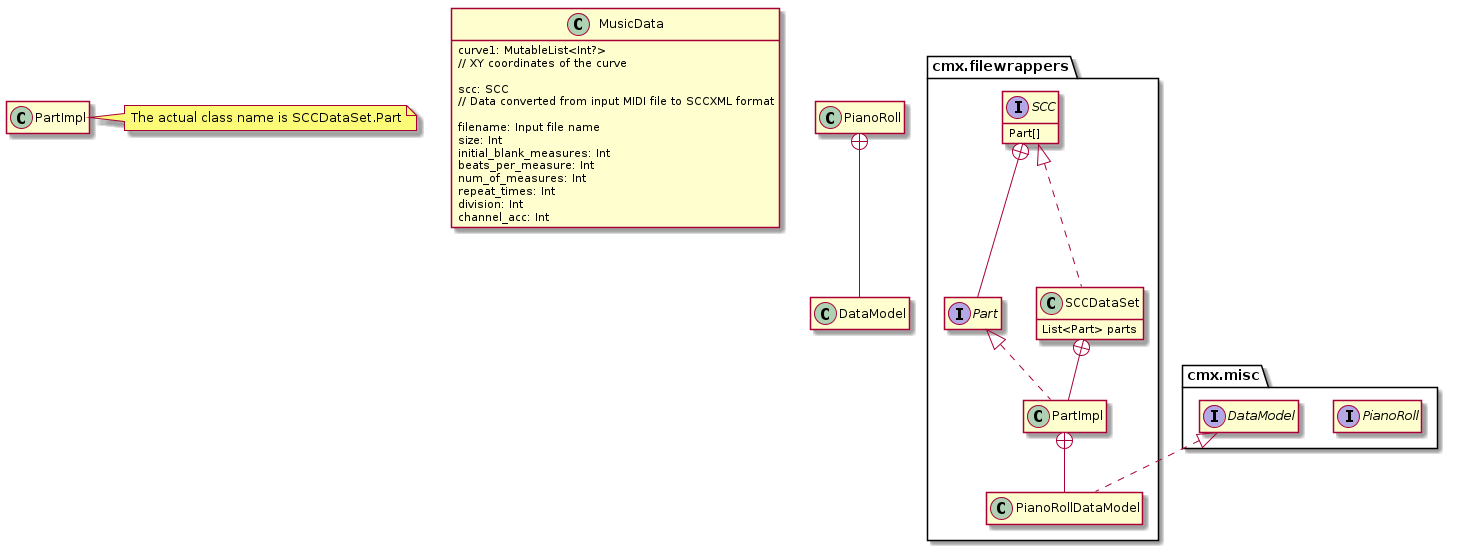
This is diagrams/JamSketch-Class-MusicData.png from kitaharalab/JamSketch, a PlantUML export, as it was before one commit. The source it was exported from:
```plantuml
@startuml
hide empty members

class MusicData {
    curve1: MutableList<Int?>
    // XY coordinates of the curve

    scc: SCC
    // Data converted from input MIDI file to SCCXML format

    filename: Input file name
    size: Int
    initial_blank_measures: Int
    beats_per_measure: Int
    num_of_measures: Int
    repeat_times: Int
    division: Int
    channel_acc: Int
}

interface cmx.filewrappers.SCC {
    Part[]
}
interface cmx.filewrappers.Part
cmx.filewrappers.SCC +-- cmx.filewrappers.Part

class cmx.filewrappers.SCCDataSet implements cmx.filewrappers.SCC {
    List<Part> parts
}

interface cmx.misc.PianoRoll
interface cmx.misc.DataModel
PianoRoll +-- DataModel

class cmx.filewrappers.PianoRollDataModel implements cmx.misc.DataModel
class cmx.filewrappers.PartImpl implements cmx.filewrappers.Part

cmx.filewrappers.SCCDataSet +-- cmx.filewrappers.PartImpl
note right of PartImpl
    The actual class name is SCCDataSet.Part
end note

cmx.filewrappers.PartImpl +-- cmx.filewrappers.PianoRollDataModel

@enduml
```
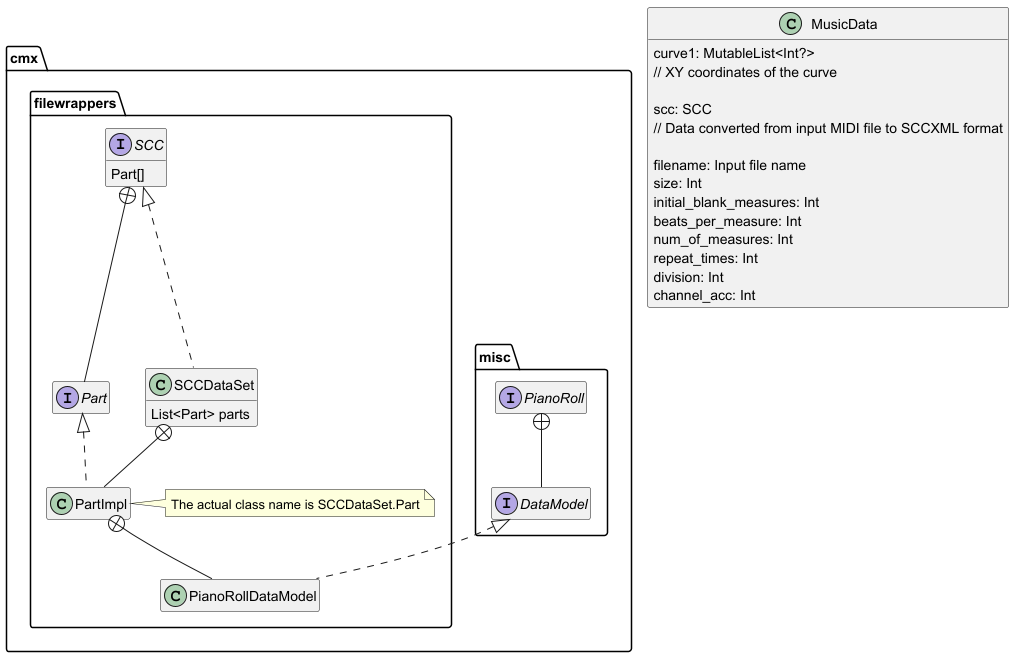
Later version of the same file.

What changed in the source:
```diff
@@ -18,28 +18,28 @@
     channel_acc: Int
 }
 
-interface cmx.filewrappers.SCC {
-    Part[]
+package "cmx.misc" {
+    interface PianoRoll {
+    }
+    interface DataModel
+    PianoRoll +-- DataModel
 }
-interface cmx.filewrappers.Part
-cmx.filewrappers.SCC +-- cmx.filewrappers.Part
-
-class cmx.filewrappers.SCCDataSet implements cmx.filewrappers.SCC {
-    List<Part> parts
+package "cmx.filewrappers" {
+    interface SCC {
+        Part[]
+    }
+    interface Part
+    SCC +-- Part
+    class SCCDataSet implements SCC {
+        List<Part> parts
+    }
+    class PartImpl implements Part
+    SCCDataSet +-- PartImpl
+    note right of PartImpl
+        The actual class name is SCCDataSet.Part
+    end note
+    class PianoRollDataModel implements cmx.misc.DataModel
+    PartImpl +-- PianoRollDataModel
 }
 
-interface cmx.misc.PianoRoll
-interface cmx.misc.DataModel
-PianoRoll +-- DataModel
-
-class cmx.filewrappers.PianoRollDataModel implements cmx.misc.DataModel
-class cmx.filewrappers.PartImpl implements cmx.filewrappers.Part
-
-cmx.filewrappers.SCCDataSet +-- cmx.filewrappers.PartImpl
-note right of PartImpl
-    The actual class name is SCCDataSet.Part
-end note
-
-cmx.filewrappers.PartImpl +-- cmx.filewrappers.PianoRollDataModel
-
 @enduml
```
